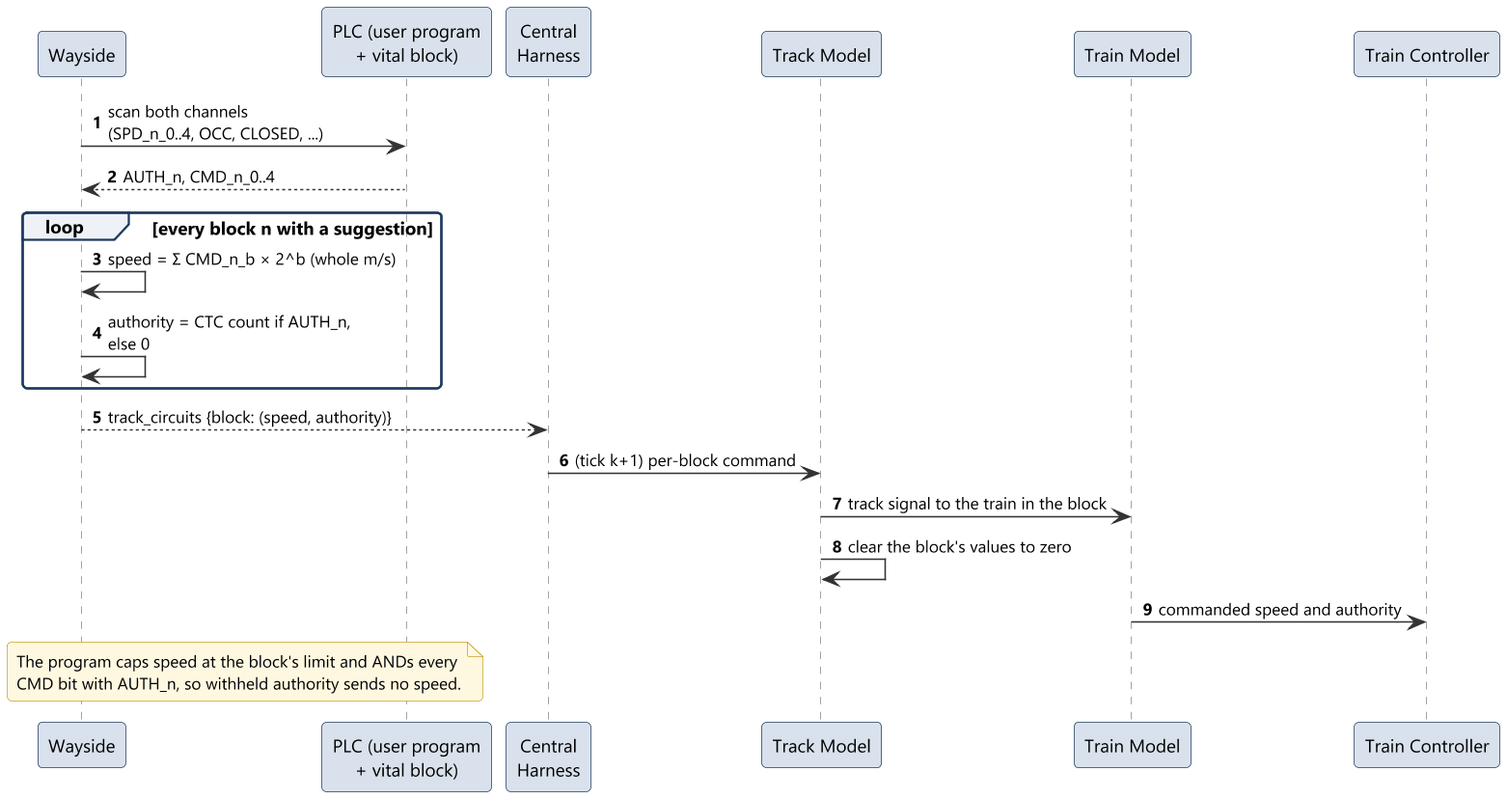
This is documents/uml/track_ctrl_hw/sd14_track_circuits.png from Landiss04/Track-Overflow, a PlantUML export, as it was before one commit.
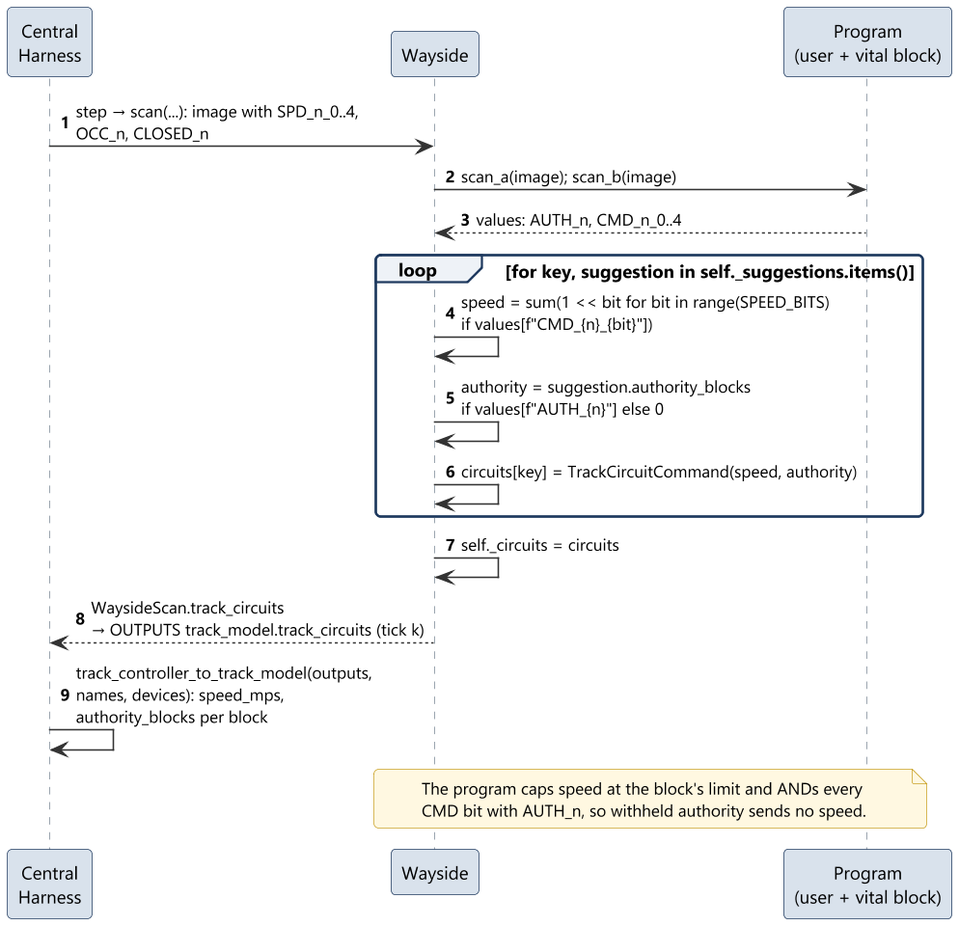
After the commit.

The edit, as a diff of the source:
```diff
@@ -2,24 +2,21 @@
 !include ../style.iuml
 autonumber
 
+participant "Central\nHarness" as H
 participant "Wayside" as W
-participant "PLC (user program\n+ vital block)" as PLC
-participant "Central\nHarness" as H
-participant "Track Model" as TM
-participant "Train Model" as TrM
-participant "Train Controller" as TC
+participant "Program\n(user + vital block)" as PLC
 
-W -> PLC : scan both channels\n(SPD_n_0..4, OCC, CLOSED, ...)
-PLC --> W : AUTH_n, CMD_n_0..4
-loop every block n with a suggestion
-  W -> W : speed = Σ CMD_n_b × 2^b (whole m/s)
-  W -> W : authority = CTC count if AUTH_n,\nelse 0
+H -> W : step → scan(...): image with SPD_n_0..4,\nOCC_n, CLOSED_n
+W -> PLC : scan_a(image); scan_b(image)
+PLC --> W : values: AUTH_n, CMD_n_0..4
+loop for key, suggestion in self._suggestions.items()
+  W -> W : speed = sum(1 << bit for bit in range(SPEED_BITS)\nif values[f"CMD_{n}_{bit}"])
+  W -> W : authority = suggestion.authority_blocks\nif values[f"AUTH_{n}"] else 0
+  W -> W : circuits[key] = TrackCircuitCommand(speed, authority)
 end
-W --> H : track_circuits {block: (speed, authority)}
-H -> TM : (tick k+1) per-block command
-TM -> TrM : track signal to the train in the block
-TM -> TM : clear the block's values to zero
-TrM -> TC : commanded speed and authority
+W -> W : self._circuits = circuits
+W --> H : WaysideScan.track_circuits\n→ OUTPUTS track_model.track_circuits (tick k)
+H -> H : track_controller_to_track_model(outputs,\nnames, devices): speed_mps,\nauthority_blocks per block
 note over W, PLC
   The program caps speed at the block's limit and ANDs every
   CMD bit with AUTH_n, so withheld authority sends no speed.
```
